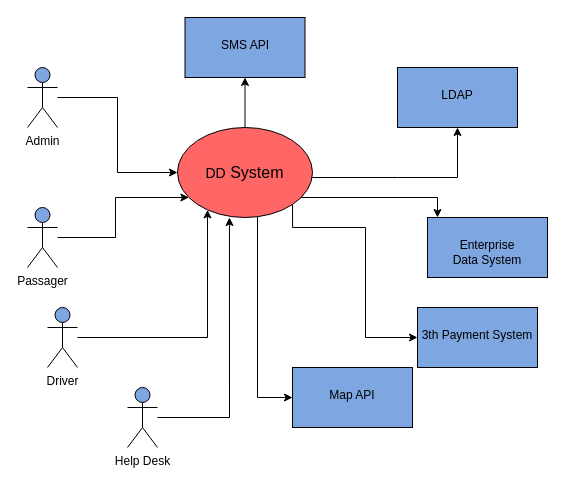
JackZhao2517/drawio_folder keeps this draw.io diagram as page "System Context" (1 of 4) of DD_Logical_Arch_overview.drawio. Above is the earlier version. Source tidied: cells renumbered, new cells numbered last; positions are measured from the earlier drawing's top-left corner, leaving out a move shared by most shapes. Both pictures are drawn from the tidied source at 100%, with x=0, y=0 at pixel (27, 17).
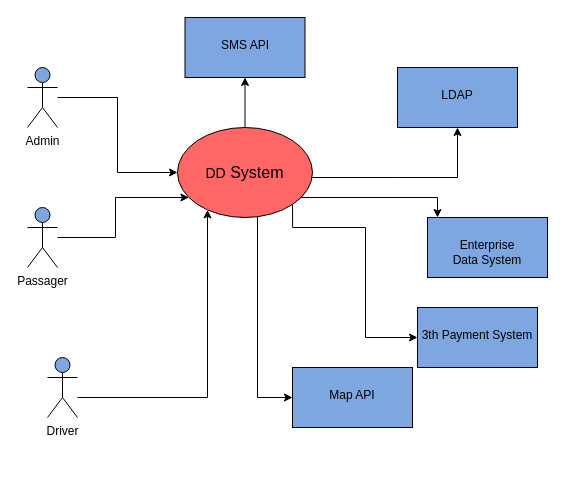
Above is the later version.

Unchanged cells that the change refers to:
```xml
<mxCell id="14" value="&lt;div&gt;&lt;br&gt;&lt;/div&gt;&lt;div&gt;&lt;br&gt;&lt;/div&gt;&lt;div&gt;&lt;font style=&quot;font-size: 14px&quot;&gt;DD&lt;/font&gt;&lt;font size=&quot;3&quot;&gt; System&lt;/font&gt;&lt;/div&gt;" style="ellipse;whiteSpace=wrap;html=1;verticalAlign=top;fillColor=#FF6666;" parent="1" vertex="1">
  <mxGeometry x="150" y="110" width="135" height="90" as="geometry" />
</mxCell>
```

Diff of the diagram source:
```diff
@@
     <mxCell id="6" style="edgeStyle=orthogonalEdgeStyle;rounded=0;jettySize=auto;html=1;" parent="1" edge="1" source="7" target="14">
       <mxGeometry relative="1" as="geometry">
         <Array as="points">
-          <mxPoint x="180" y="320" />
+          <mxPoint x="180" y="380" />
         </Array>
       </mxGeometry>
     </mxCell>
     <mxCell id="7" value="Driver" style="shape=umlActor;verticalLabelPosition=bottom;verticalAlign=top;html=1;outlineConnect=0;fillColor=#7EA6E0;direction=east;" parent="1" vertex="1">
-      <mxGeometry x="20" y="290" width="30" height="60" as="geometry" />
+      <mxGeometry x="20" y="340" width="30" height="60" as="geometry" />
     </mxCell>
@@
-    <mxCell id="18" style="edgeStyle=orthogonalEdgeStyle;rounded=0;jettySize=auto;html=1;entryX=0.385;entryY=1;entryDx=0;entryDy=0;entryPerimeter=0;" parent="1" edge="1" source="19" target="14">
-      <mxGeometry relative="1" as="geometry" />
-    </mxCell>
-    <mxCell id="19" value="Help Desk" style="shape=umlActor;verticalLabelPosition=bottom;verticalAlign=top;html=1;outlineConnect=0;fillColor=#7EA6E0;direction=east;" parent="1" vertex="1">
-      <mxGeometry x="100" y="370" width="30" height="60" as="geometry" />
-    </mxCell>
```
